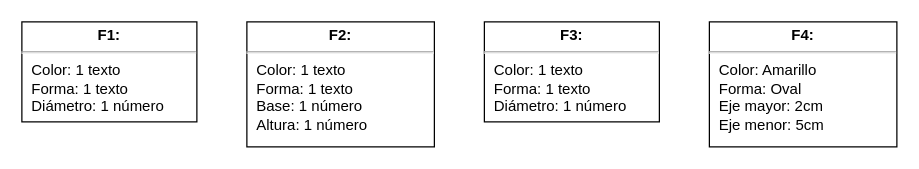
Above: Ejercicio_05.drawio in Trabajos-grupales/UML (draw.io), before the change. Source tidied: cells renumbered, new cells numbered last; positions are measured from the earlier drawing's top-left corner, leaving out a move shared by most shapes. Both pictures are drawn from the tidied source at 125%, with x=0, y=0 at pixel (21, 21).
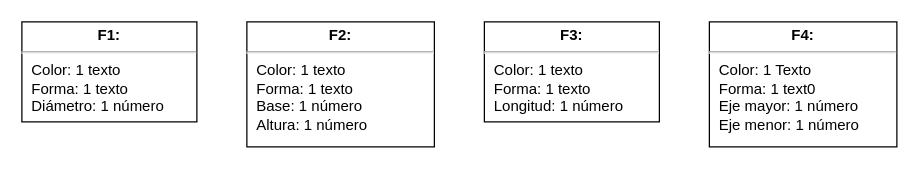
After the change.

What changed in the source:
```diff
@@
 <mxGraphModel>
   <root>
     <mxCell id="0" />
     <mxCell id="1" parent="0" />
     <mxCell id="2" value="&lt;p style=&quot;margin:0px;margin-top:4px;text-align:center;&quot;&gt;&lt;b style=&quot;background-color: initial;&quot;&gt;F1:&lt;/b&gt;&lt;br&gt;&lt;/p&gt;&lt;hr&gt;&lt;p style=&quot;margin: 0px 0px 0px 8px;&quot;&gt;Color: 1 texto&lt;br&gt;Forma: 1 texto&lt;/p&gt;&lt;p style=&quot;margin: 0px 0px 0px 8px;&quot;&gt;Diámetro: 1 número&lt;/p&gt;" style="verticalAlign=top;align=left;overflow=fill;fontSize=12;fontFamily=Helvetica;html=1;" parent="1" vertex="1">
       <mxGeometry width="140" height="80" as="geometry" />
     </mxCell>
     <mxCell id="3" value="&lt;p style=&quot;margin:0px;margin-top:4px;text-align:center;&quot;&gt;&lt;b style=&quot;background-color: initial;&quot;&gt;F2:&lt;/b&gt;&lt;br&gt;&lt;/p&gt;&lt;hr&gt;&lt;p style=&quot;margin: 0px 0px 0px 8px;&quot;&gt;Color: 1 texto&lt;br&gt;Forma: 1 texto&lt;/p&gt;&lt;p style=&quot;margin: 0px 0px 0px 8px;&quot;&gt;Base: 1 número&lt;/p&gt;&lt;p style=&quot;margin: 0px 0px 0px 8px;&quot;&gt;Altura: 1 número&lt;/p&gt;&lt;p style=&quot;margin: 0px 0px 0px 8px;&quot;&gt;&lt;br&gt;&lt;/p&gt;&lt;p style=&quot;margin: 0px 0px 0px 8px;&quot;&gt;&lt;br&gt;&lt;/p&gt;" style="verticalAlign=top;align=left;overflow=fill;fontSize=12;fontFamily=Helvetica;html=1;" parent="1" vertex="1">
       <mxGeometry x="180" width="150" height="100" as="geometry" />
     </mxCell>
-    <mxCell id="4" value="&lt;p style=&quot;margin:0px;margin-top:4px;text-align:center;&quot;&gt;&lt;b style=&quot;background-color: initial;&quot;&gt;F3:&lt;/b&gt;&lt;br&gt;&lt;/p&gt;&lt;hr&gt;&lt;p style=&quot;margin: 0px 0px 0px 8px;&quot;&gt;Color: 1 texto&lt;br&gt;Forma: 1 texto&lt;/p&gt;&lt;p style=&quot;margin: 0px 0px 0px 8px;&quot;&gt;Diámetro: 1 número&lt;/p&gt;" style="verticalAlign=top;align=left;overflow=fill;fontSize=12;fontFamily=Helvetica;html=1;" parent="1" vertex="1">
+    <mxCell id="4" value="&lt;p style=&quot;margin:0px;margin-top:4px;text-align:center;&quot;&gt;&lt;b style=&quot;background-color: initial;&quot;&gt;F3:&lt;/b&gt;&lt;br&gt;&lt;/p&gt;&lt;hr&gt;&lt;p style=&quot;margin: 0px 0px 0px 8px;&quot;&gt;Color: 1 texto&lt;br&gt;Forma: 1 texto&lt;/p&gt;&lt;p style=&quot;margin: 0px 0px 0px 8px;&quot;&gt;Longitud: 1 número&lt;/p&gt;" style="verticalAlign=top;align=left;overflow=fill;fontSize=12;fontFamily=Helvetica;html=1;" parent="1" vertex="1">
       <mxGeometry x="370" width="140" height="80" as="geometry" />
     </mxCell>
-    <mxCell id="5" value="&lt;p style=&quot;margin:0px;margin-top:4px;text-align:center;&quot;&gt;&lt;b style=&quot;background-color: initial;&quot;&gt;F4:&lt;/b&gt;&lt;br&gt;&lt;/p&gt;&lt;hr&gt;&lt;p style=&quot;margin: 0px 0px 0px 8px;&quot;&gt;Color: Amarillo&lt;br&gt;Forma: Oval&lt;/p&gt;&lt;p style=&quot;margin: 0px 0px 0px 8px;&quot;&gt;Eje mayor: 2cm&lt;/p&gt;&lt;p style=&quot;margin: 0px 0px 0px 8px;&quot;&gt;Eje menor: 5cm&lt;/p&gt;&lt;p style=&quot;margin: 0px 0px 0px 8px;&quot;&gt;&lt;br&gt;&lt;/p&gt;&lt;p style=&quot;margin: 0px 0px 0px 8px;&quot;&gt;&lt;br&gt;&lt;/p&gt;" style="verticalAlign=top;align=left;overflow=fill;fontSize=12;fontFamily=Helvetica;html=1;" parent="1" vertex="1">
+    <mxCell id="5" value="&lt;p style=&quot;margin:0px;margin-top:4px;text-align:center;&quot;&gt;&lt;b style=&quot;background-color: initial;&quot;&gt;F4:&lt;/b&gt;&lt;br&gt;&lt;/p&gt;&lt;hr&gt;&lt;p style=&quot;margin: 0px 0px 0px 8px;&quot;&gt;Color: 1 Texto&lt;br&gt;Forma: 1 text0&lt;/p&gt;&lt;p style=&quot;margin: 0px 0px 0px 8px;&quot;&gt;Eje mayor: 1 número&lt;/p&gt;&lt;p style=&quot;margin: 0px 0px 0px 8px;&quot;&gt;Eje menor: 1 número&lt;/p&gt;&lt;p style=&quot;margin: 0px 0px 0px 8px;&quot;&gt;&lt;br&gt;&lt;/p&gt;&lt;p style=&quot;margin: 0px 0px 0px 8px;&quot;&gt;&lt;br&gt;&lt;/p&gt;" style="verticalAlign=top;align=left;overflow=fill;fontSize=12;fontFamily=Helvetica;html=1;" parent="1" vertex="1">
       <mxGeometry x="550" width="150" height="100" as="geometry" />
     </mxCell>
   </root>
 </mxGraphModel>
```
